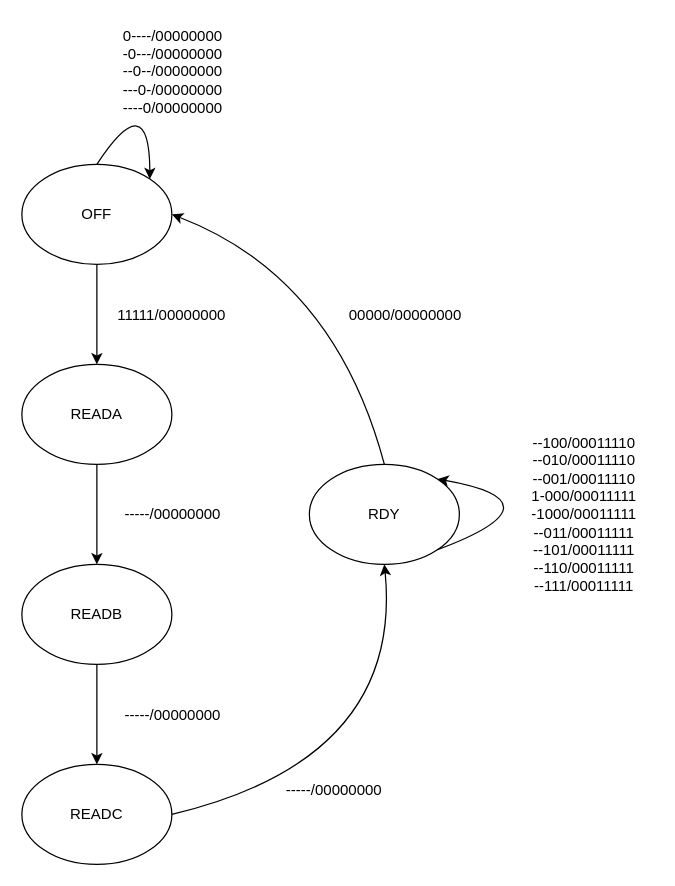
This is page "Controller (FSM)" (1 of 2) of doc/Parcheggio.drawio from Occhioverde/ae-parcheggio, a draw.io file, before an edit. Source tidied: cells renumbered, new cells numbered last; positions are measured from the earlier drawing's top-left corner, leaving out a move shared by most shapes. Both pictures are drawn from the tidied source at 125%, with x=0, y=0 at pixel (21, 21).
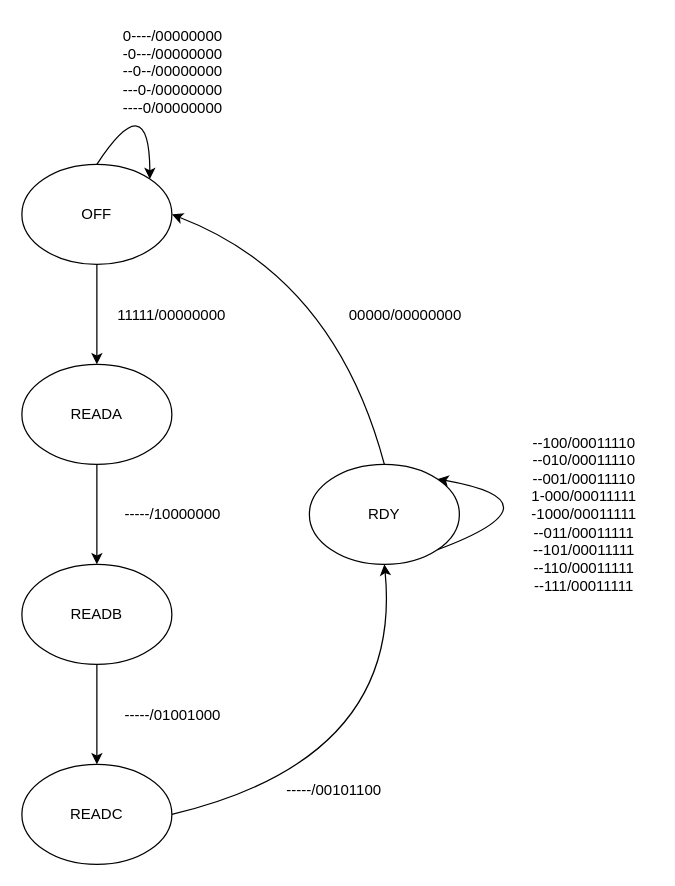
The same diagram, later.

What changed in the source:
```diff
@@
-    <mxCell id="13" value="-----/00000000" style="text;html=1;strokeColor=none;fillColor=none;align=center;verticalAlign=middle;whiteSpace=wrap;rounded=0;" parent="1" vertex="1">
+    <mxCell id="13" value="-----/10000000" style="text;html=1;strokeColor=none;fillColor=none;align=center;verticalAlign=middle;whiteSpace=wrap;rounded=0;" parent="1" vertex="1">
       <mxGeometry x="66" y="379" width="110" height="30" as="geometry" />
     </mxCell>
-    <mxCell id="14" value="-----/00000000" style="text;html=1;strokeColor=none;fillColor=none;align=center;verticalAlign=middle;whiteSpace=wrap;rounded=0;" parent="1" vertex="1">
+    <mxCell id="14" value="-----/01001000" style="text;html=1;strokeColor=none;fillColor=none;align=center;verticalAlign=middle;whiteSpace=wrap;rounded=0;" parent="1" vertex="1">
       <mxGeometry x="66" y="540" width="110" height="30" as="geometry" />
     </mxCell>
@@
-    <mxCell id="16" value="-----/00000000" style="text;html=1;strokeColor=none;fillColor=none;align=center;verticalAlign=middle;whiteSpace=wrap;rounded=0;" parent="1" vertex="1">
+    <mxCell id="16" value="-----/00101100" style="text;html=1;strokeColor=none;fillColor=none;align=center;verticalAlign=middle;whiteSpace=wrap;rounded=0;" parent="1" vertex="1">
       <mxGeometry x="195" y="600" width="110" height="30" as="geometry" />
     </mxCell>
```
